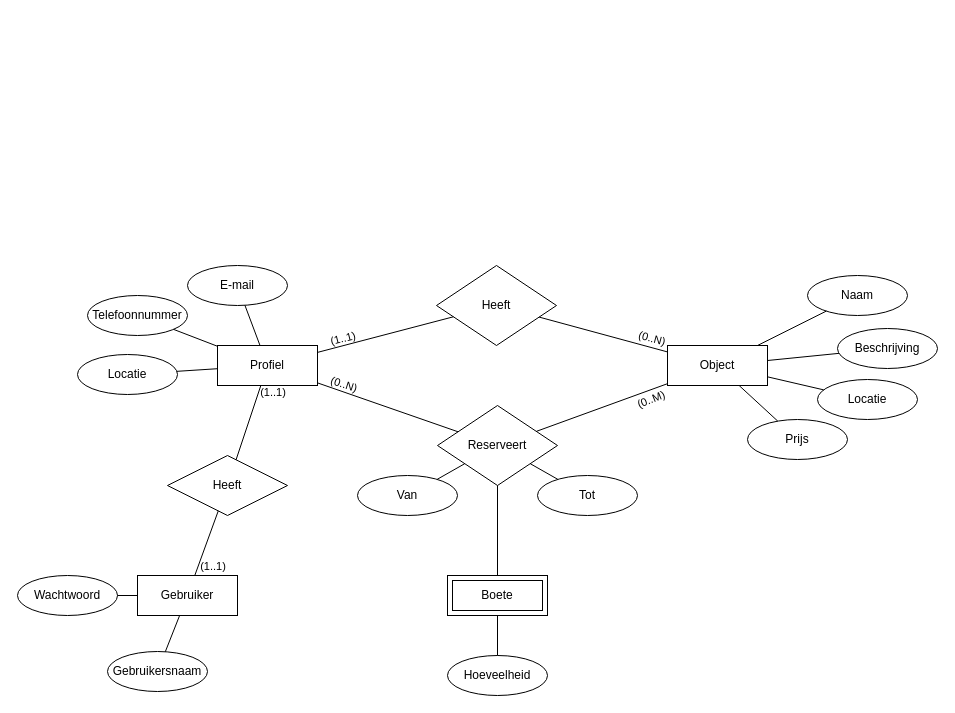
UCLL-Full-stack/project2425-group1-16 keeps this draw.io diagram as page "Conceptueel Model" (1 of 2) of analysis/Modellen.drawio. Above is the earlier version. Source tidied: cells renumbered, new cells numbered last; positions are measured from the earlier drawing's top-left corner, leaving out a move shared by most shapes. Both pictures are drawn from the tidied source at 100%, with x=0, y=0 at pixel (17, 265).
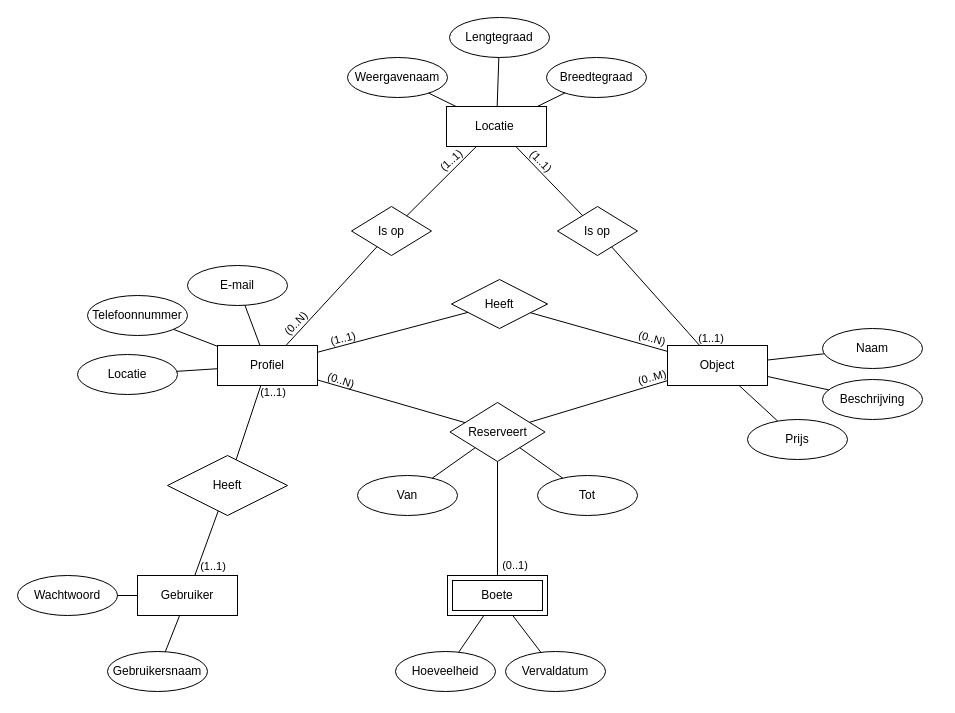
The same page after the edit.

Unchanged cells that the change refers to:
```xml
<mxCell id="12" value="Boete" style="shape=ext;margin=3;double=1;whiteSpace=wrap;html=1;align=center;" parent="1" vertex="1">
  <mxGeometry x="430" y="310" width="100" height="40" as="geometry" />
</mxCell>
<mxCell id="37" value="Object" style="whiteSpace=wrap;html=1;align=center;" parent="1" vertex="1">
  <mxGeometry x="650" y="80" width="100" height="40" as="geometry" />
</mxCell>
<mxCell id="40" value="Profiel" style="whiteSpace=wrap;html=1;align=center;" parent="1" vertex="1">
  <mxGeometry x="200" y="80" width="100" height="40" as="geometry" />
</mxCell>
```

Change to the diagram source:
```diff
@@
     <mxCell id="2" value="Heeft" style="rhombus;whiteSpace=wrap;html=1;" parent="1" vertex="1">
-      <mxGeometry x="419" width="120" height="80" as="geometry" />
+      <mxGeometry x="434" y="14" width="96" height="49" as="geometry" />
     </mxCell>
     <mxCell id="3" value="Reserveert" style="rhombus;whiteSpace=wrap;html=1;" parent="1" vertex="1">
-      <mxGeometry x="420" y="140" width="120" height="80" as="geometry" />
+      <mxGeometry x="432.5" y="137" width="95" height="59" as="geometry" />
     </mxCell>
@@
     <mxCell id="10" value="&lt;font style=&quot;font-size: 11px;&quot;&gt;(0..N)&lt;/font&gt;" style="text;html=1;align=center;verticalAlign=middle;whiteSpace=wrap;rounded=0;rotation=18;" parent="1" vertex="1">
-      <mxGeometry x="317" y="109" width="20" height="20" as="geometry" />
+      <mxGeometry x="314" y="105" width="20" height="20" as="geometry" />
     </mxCell>
-    <mxCell id="11" value="&lt;font style=&quot;font-size: 11px;&quot;&gt;(0..M)&lt;/font&gt;" style="text;html=1;align=center;verticalAlign=middle;whiteSpace=wrap;rounded=0;rotation=-22;" parent="1" vertex="1">
-      <mxGeometry x="624" y="124" width="20" height="20" as="geometry" />
+    <mxCell id="11" value="&lt;font style=&quot;font-size: 11px;&quot;&gt;(0..M)&lt;/font&gt;" style="text;html=1;align=center;verticalAlign=middle;whiteSpace=wrap;rounded=0;rotation=-16;" parent="1" vertex="1">
+      <mxGeometry x="625" y="102" width="20" height="20" as="geometry" />
     </mxCell>
@@
-    <mxCell id="25" value="Locatie" style="ellipse;whiteSpace=wrap;html=1;align=center;" parent="1" vertex="1">
-      <mxGeometry x="800" y="114" width="100" height="40" as="geometry" />
-    </mxCell>
     <mxCell id="26" value="Beschrijving" style="ellipse;whiteSpace=wrap;html=1;align=center;" parent="1" vertex="1">
-      <mxGeometry x="820" y="63" width="100" height="40" as="geometry" />
+      <mxGeometry x="805" y="114" width="100" height="40" as="geometry" />
     </mxCell>
     <mxCell id="27" value="Naam" style="ellipse;whiteSpace=wrap;html=1;align=center;" parent="1" vertex="1">
-      <mxGeometry x="790" y="10" width="100" height="40" as="geometry" />
+      <mxGeometry x="805" y="63" width="100" height="40" as="geometry" />
     </mxCell>
@@
-    <mxCell id="30" style="endArrow=none;html=1;rounded=0;" parent="1" edge="1" source="25" target="37">
-      <mxGeometry relative="1" as="geometry" />
-    </mxCell>
@@
     <mxCell id="38" value="Hoeveelheid" style="ellipse;whiteSpace=wrap;html=1;align=center;" parent="1" vertex="1">
-      <mxGeometry x="430" y="390" width="100" height="40" as="geometry" />
+      <mxGeometry x="378" y="386" width="100" height="40" as="geometry" />
     </mxCell>
@@
+    <mxCell id="25" value="Locatie&amp;nbsp;" style="whiteSpace=wrap;html=1;align=center;" parent="1" vertex="1">
+      <mxGeometry x="429" y="-159" width="100" height="40" as="geometry" />
+    </mxCell>
+    <mxCell id="46" value="Is op" style="rhombus;whiteSpace=wrap;html=1;" parent="1" vertex="1">
+      <mxGeometry x="540" y="-59" width="80" height="49" as="geometry" />
+    </mxCell>
+    <mxCell id="47" value="Is op" style="rhombus;whiteSpace=wrap;html=1;" parent="1" vertex="1">
+      <mxGeometry x="334" y="-59" width="80" height="49" as="geometry" />
+    </mxCell>
+    <mxCell id="48" style="endArrow=none;html=1;rounded=0;" parent="1" edge="1" source="47" target="25">
+      <mxGeometry relative="1" as="geometry" />
+    </mxCell>
+    <mxCell id="49" style="endArrow=none;html=1;rounded=0;" parent="1" edge="1" source="40" target="47">
+      <mxGeometry relative="1" as="geometry" />
+    </mxCell>
+    <mxCell id="50" style="endArrow=none;html=1;rounded=0;" parent="1" edge="1" source="37" target="46">
+      <mxGeometry relative="1" as="geometry" />
+    </mxCell>
+    <mxCell id="51" style="endArrow=none;html=1;rounded=0;" parent="1" edge="1" source="46" target="25">
+      <mxGeometry relative="1" as="geometry" />
+    </mxCell>
+    <mxCell id="52" value="&lt;font style=&quot;font-size: 11px;&quot;&gt;(0..N)&lt;/font&gt;" style="text;html=1;align=center;verticalAlign=middle;whiteSpace=wrap;rounded=0;rotation=-46;" parent="1" vertex="1">
+      <mxGeometry x="267.9" y="47.8" width="22" height="21" as="geometry" />
+    </mxCell>
+    <mxCell id="53" value="&lt;font style=&quot;font-size: 11px;&quot;&gt;(1..1)&lt;/font&gt;" style="text;html=1;align=center;verticalAlign=middle;whiteSpace=wrap;rounded=0;rotation=-42;" parent="1" vertex="1">
+      <mxGeometry x="424" y="-115" width="20" height="20" as="geometry" />
+    </mxCell>
+    <mxCell id="54" value="&lt;font style=&quot;font-size: 11px;&quot;&gt;(1..1)&lt;/font&gt;" style="text;html=1;align=center;verticalAlign=middle;whiteSpace=wrap;rounded=0;rotation=45;" parent="1" vertex="1">
+      <mxGeometry x="514" y="-114" width="20" height="20" as="geometry" />
+    </mxCell>
+    <mxCell id="55" value="&lt;font style=&quot;font-size: 11px;&quot;&gt;(1..1)&lt;/font&gt;" style="text;html=1;align=center;verticalAlign=middle;whiteSpace=wrap;rounded=0;rotation=0;" parent="1" vertex="1">
+      <mxGeometry x="684" y="63" width="20" height="20" as="geometry" />
+    </mxCell>
+    <mxCell id="56" value="Breedtegraad" style="ellipse;whiteSpace=wrap;html=1;align=center;" parent="1" vertex="1">
+      <mxGeometry x="529" y="-208" width="100" height="40" as="geometry" />
+    </mxCell>
+    <mxCell id="57" value="Lengtegraad" style="ellipse;whiteSpace=wrap;html=1;align=center;" parent="1" vertex="1">
+      <mxGeometry x="432" y="-248" width="100" height="40" as="geometry" />
+    </mxCell>
+    <mxCell id="58" value="Weergavenaam" style="ellipse;whiteSpace=wrap;html=1;align=center;" parent="1" vertex="1">
+      <mxGeometry x="330" y="-208" width="100" height="40" as="geometry" />
+    </mxCell>
+    <mxCell id="59" style="endArrow=none;html=1;rounded=0;" parent="1" edge="1" source="25" target="56">
+      <mxGeometry relative="1" as="geometry" />
+    </mxCell>
+    <mxCell id="60" style="endArrow=none;html=1;rounded=0;" parent="1" edge="1" source="25" target="57">
+      <mxGeometry relative="1" as="geometry" />
+    </mxCell>
+    <mxCell id="61" style="endArrow=none;html=1;rounded=0;" parent="1" edge="1" source="58" target="25">
+      <mxGeometry relative="1" as="geometry" />
+    </mxCell>
+    <mxCell id="62" value="Vervaldatum" style="ellipse;whiteSpace=wrap;html=1;align=center;" parent="1" vertex="1">
+      <mxGeometry x="488" y="386" width="100" height="40" as="geometry" />
+    </mxCell>
+    <mxCell id="63" style="endArrow=none;html=1;rounded=0;" parent="1" edge="1" source="12" target="62">
+      <mxGeometry relative="1" as="geometry" />
+    </mxCell>
+    <mxCell id="64" value="&lt;font style=&quot;font-size: 11px;&quot;&gt;(0..1)&lt;/font&gt;" style="text;html=1;align=center;verticalAlign=middle;whiteSpace=wrap;rounded=0;rotation=0;" parent="1" vertex="1">
+      <mxGeometry x="488" y="290" width="20" height="20" as="geometry" />
+    </mxCell>
```
